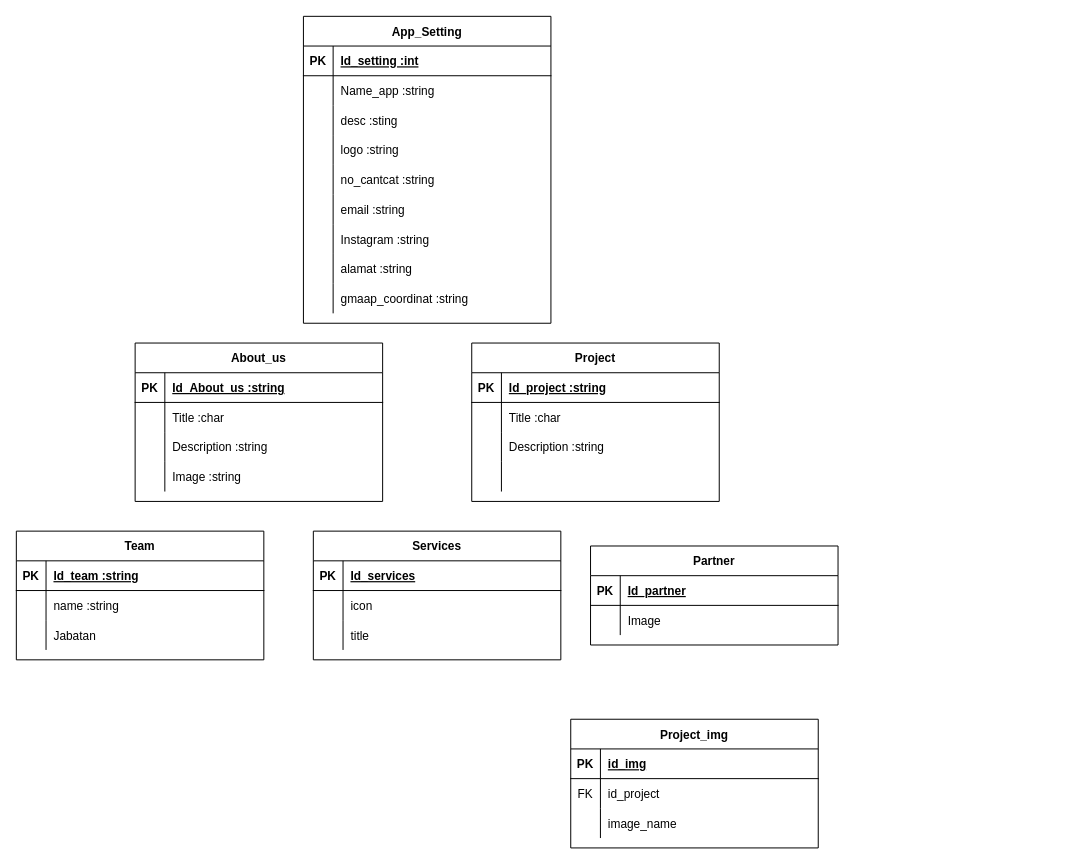
This is devgen.drawio from zzarr/Project3-design-diagram, a draw.io file, before an edit. Source tidied: cells renumbered, new cells numbered last; positions are measured from the earlier drawing's top-left corner, leaving out a move shared by most shapes. Both pictures are drawn from the tidied source at 99%, with x=0, y=0 at pixel (16, 16).
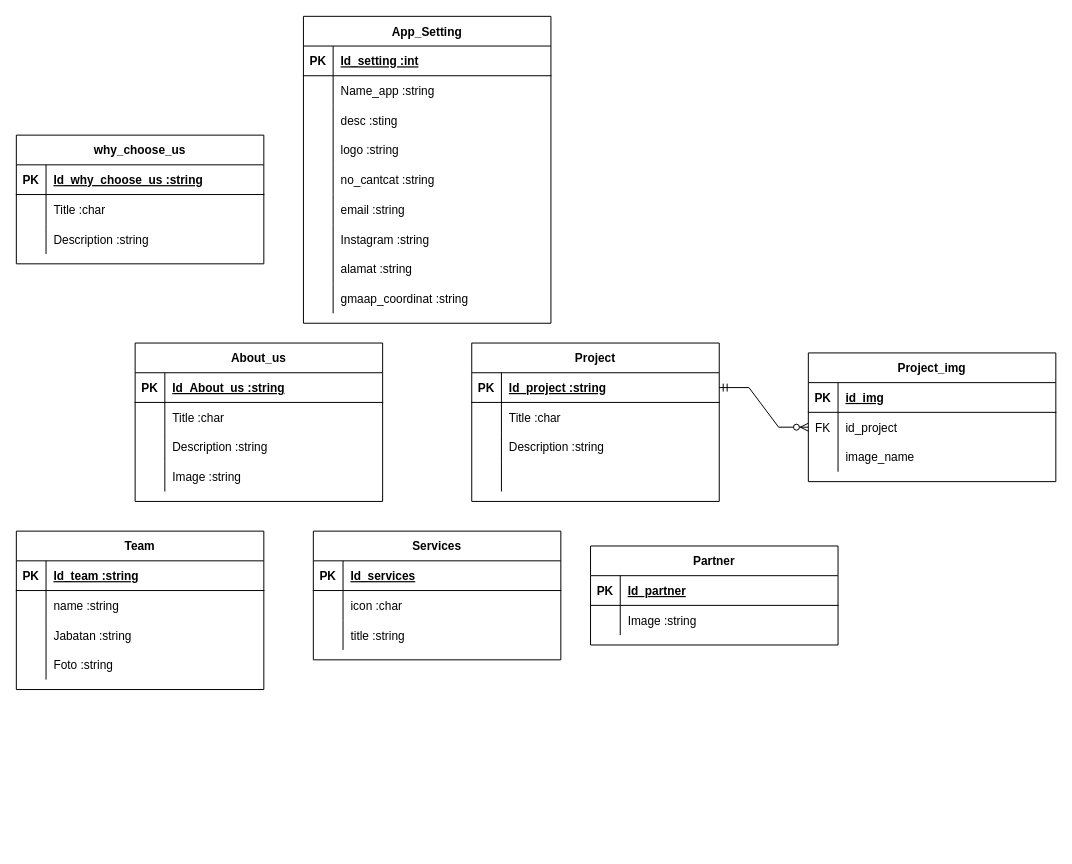
Above is the later version.

The change refers to these unchanged cells:
```xml
<mxCell id="3" style="shape=partialRectangle;fillColor=none;points=[[0,0.5],[1,0.5]];portConstraint=eastwest;top=0;left=0;right=0;bottom=1;" parent="2" vertex="1">
  <mxGeometry y="30" width="250" height="30" as="geometry" />
</mxCell>
<mxCell id="60" style="shape=partialRectangle;fillColor=none;top=0;left=0;right=0;bottom=0;" parent="56" vertex="1">
  <mxGeometry y="60" width="250" height="30" as="geometry" />
</mxCell>
<mxCell id="63" style="shape=partialRectangle;fillColor=none;top=0;left=0;right=0;bottom=0;" parent="56" vertex="1">
  <mxGeometry y="90" width="250" height="30" as="geometry" />
</mxCell>
<mxCell id="70" style="shape=partialRectangle;fillColor=none;top=0;left=0;right=0;bottom=0;" parent="66" vertex="1">
  <mxGeometry y="60" width="250" height="30" as="geometry" />
</mxCell>
<mxCell id="80" style="shape=partialRectangle;fillColor=none;top=0;left=0;right=0;bottom=0;" parent="73" vertex="1">
  <mxGeometry y="90" width="250" height="30" as="geometry" />
</mxCell>
<mxCell id="87" style="shape=partialRectangle;fillColor=none;points=[[0,0.5],[1,0.5]];portConstraint=eastwest;top=0;left=0;right=0;bottom=0;" parent="83" vertex="1">
  <mxGeometry y="60" width="250" height="30" as="geometry" />
</mxCell>
```

Change to the diagram source:
```diff
@@
-    <mxCell id="62" value="icon" style="shape=partialRectangle;overflow=hidden;fillColor=none;top=0;left=0;bottom=0;right=0;align=left;spacingLeft=6;" parent="60" vertex="1">
+    <mxCell id="62" value="icon :char" style="shape=partialRectangle;overflow=hidden;fillColor=none;top=0;left=0;bottom=0;right=0;align=left;spacingLeft=6;" parent="60" vertex="1">
       <mxGeometry x="30" width="220" height="30" as="geometry" />
     </mxCell>
@@
-    <mxCell id="65" value="title" style="shape=partialRectangle;overflow=hidden;fillColor=none;top=0;left=0;bottom=0;right=0;align=left;spacingLeft=6;" parent="63" vertex="1">
+    <mxCell id="65" value="title :string" style="shape=partialRectangle;overflow=hidden;fillColor=none;top=0;left=0;bottom=0;right=0;align=left;spacingLeft=6;" parent="63" vertex="1">
       <mxGeometry x="30" width="220" height="30" as="geometry" />
     </mxCell>
@@
-    <mxCell id="72" value="Image" style="shape=partialRectangle;overflow=hidden;fillColor=none;top=0;left=0;bottom=0;right=0;align=left;spacingLeft=6;" parent="70" vertex="1">
+    <mxCell id="72" value="Image :string" style="shape=partialRectangle;overflow=hidden;fillColor=none;top=0;left=0;bottom=0;right=0;align=left;spacingLeft=6;" parent="70" vertex="1">
       <mxGeometry x="30" width="220" height="30" as="geometry" />
     </mxCell>
     <mxCell id="73" value="Team" style="shape=table;startSize=30;childLayout=tableLayout;rowLines=0;fontStyle=1;align=center;" parent="1" vertex="1">
-      <mxGeometry y="520" width="250" height="130" as="geometry" />
+      <mxGeometry y="520" width="250" height="160" as="geometry" />
     </mxCell>
@@
-    <mxCell id="82" value="Jabatan" style="shape=partialRectangle;overflow=hidden;fillColor=none;top=0;left=0;bottom=0;right=0;align=left;spacingLeft=6;" parent="80" vertex="1">
+    <mxCell id="82" value="Jabatan :string" style="shape=partialRectangle;overflow=hidden;fillColor=none;top=0;left=0;bottom=0;right=0;align=left;spacingLeft=6;" parent="80" vertex="1">
       <mxGeometry x="30" width="220" height="30" as="geometry" />
     </mxCell>
+    <mxCell id="93" style="shape=partialRectangle;fillColor=none;top=0;left=0;right=0;bottom=0;" parent="73" vertex="1">
+      <mxGeometry y="120" width="250" height="30" as="geometry" />
+    </mxCell>
+    <mxCell id="94" style="shape=partialRectangle;overflow=hidden;fillColor=none;top=0;left=0;bottom=0;right=0;" parent="93" vertex="1">
+      <mxGeometry width="30" height="30" as="geometry" />
+    </mxCell>
+    <mxCell id="95" value="Foto :string" style="shape=partialRectangle;overflow=hidden;fillColor=none;top=0;left=0;bottom=0;right=0;align=left;spacingLeft=6;" parent="93" vertex="1">
+      <mxGeometry x="30" width="220" height="30" as="geometry" />
+    </mxCell>
     <mxCell id="83" value="Project_img" style="shape=table;startSize=30;childLayout=tableLayout;rowLines=0;fontStyle=1;align=center;" parent="1" vertex="1">
-      <mxGeometry x="560" y="710" width="250" height="130" as="geometry" />
+      <mxGeometry x="800" y="340" width="250" height="130" as="geometry" />
     </mxCell>
@@
+    <mxCell id="96" style="edgeStyle=entityRelationEdgeStyle;fontSize=12;html=1;endArrow=ERzeroToMany;startArrow=ERmandOne;rounded=0;entryX=0;entryY=0.5;entryDx=0;entryDy=0;exitX=1;exitY=0.5;exitDx=0;exitDy=0;" parent="1" edge="1" source="3" target="87">
+      <mxGeometry relative="1" as="geometry" />
+    </mxCell>
+    <mxCell id="97" value="why_choose_us" style="shape=table;startSize=30;childLayout=tableLayout;rowLines=0;fontStyle=1;align=center;" parent="1" vertex="1">
+      <mxGeometry y="120" width="250" height="130" as="geometry" />
+    </mxCell>
+    <mxCell id="98" style="shape=partialRectangle;fillColor=none;top=0;left=0;right=0;bottom=1;" parent="97" vertex="1">
+      <mxGeometry y="30" width="250" height="30" as="geometry" />
+    </mxCell>
+    <mxCell id="99" value="PK" style="shape=partialRectangle;overflow=hidden;fillColor=none;top=0;left=0;bottom=0;right=0;fontStyle=1;" parent="98" vertex="1">
+      <mxGeometry width="30" height="30" as="geometry" />
+    </mxCell>
+    <mxCell id="100" value="Id_why_choose_us :string" style="shape=partialRectangle;overflow=hidden;fillColor=none;top=0;left=0;bottom=0;right=0;align=left;spacingLeft=6;fontStyle=5;" parent="98" vertex="1">
+      <mxGeometry x="30" width="220" height="30" as="geometry" />
+    </mxCell>
+    <mxCell id="101" style="shape=partialRectangle;fillColor=none;top=0;left=0;right=0;bottom=0;" parent="97" vertex="1">
+      <mxGeometry y="60" width="250" height="30" as="geometry" />
+    </mxCell>
+    <mxCell id="102" style="shape=partialRectangle;overflow=hidden;fillColor=none;top=0;left=0;bottom=0;right=0;" parent="101" vertex="1">
+      <mxGeometry width="30" height="30" as="geometry" />
+    </mxCell>
+    <mxCell id="103" value="Title :char" style="shape=partialRectangle;overflow=hidden;fillColor=none;top=0;left=0;bottom=0;right=0;align=left;spacingLeft=6;" parent="101" vertex="1">
+      <mxGeometry x="30" width="220" height="30" as="geometry" />
+    </mxCell>
+    <mxCell id="104" style="shape=partialRectangle;fillColor=none;top=0;left=0;right=0;bottom=0;" parent="97" vertex="1">
+      <mxGeometry y="90" width="250" height="30" as="geometry" />
+    </mxCell>
+    <mxCell id="105" style="shape=partialRectangle;overflow=hidden;fillColor=none;top=0;left=0;bottom=0;right=0;" parent="104" vertex="1">
+      <mxGeometry width="30" height="30" as="geometry" />
+    </mxCell>
+    <mxCell id="106" value="Description :string" style="shape=partialRectangle;overflow=hidden;fillColor=none;top=0;left=0;bottom=0;right=0;align=left;spacingLeft=6;" parent="104" vertex="1">
+      <mxGeometry x="30" width="220" height="30" as="geometry" />
+    </mxCell>
```
